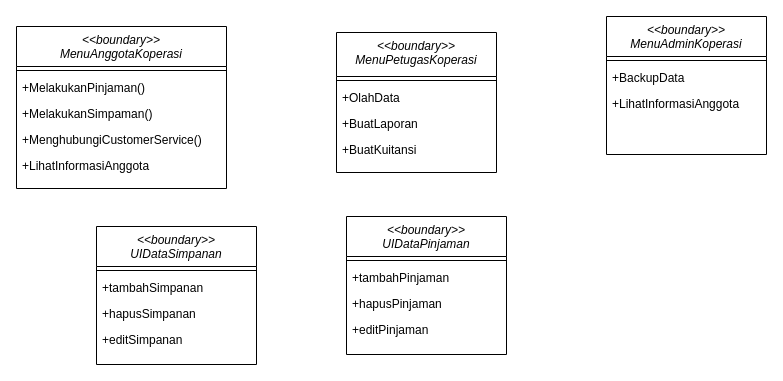
irfanshow/UML keeps this draw.io diagram as class.drawio. Above is the earlier version. Source tidied: cells renumbered, new cells numbered last; positions are measured from the earlier drawing's top-left corner, leaving out a move shared by most shapes. Both pictures are drawn from the tidied source at 100%, with x=0, y=0 at pixel (16, 16).
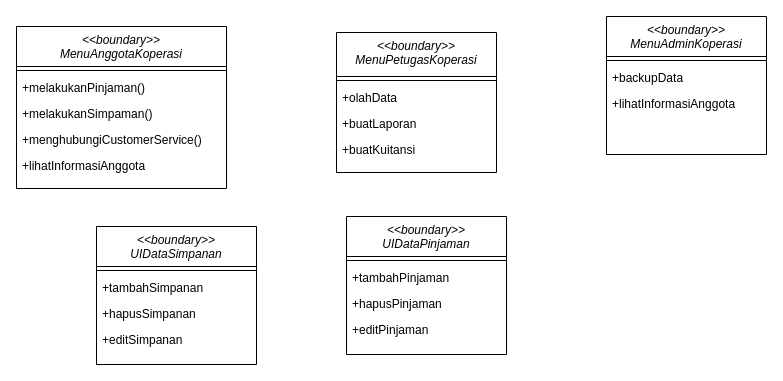
The same diagram, later.

The change refers to these unchanged cells:
```xml
<mxCell id="7" value="&lt;&lt;boundary&gt;&gt;&#10;MenuAnggotaKoperasi" style="swimlane;fontStyle=2;align=center;verticalAlign=top;horizontal=1;startSize=40;rounded=0;shadow=0;strokeWidth=1;" parent="1" vertex="1">
  <mxGeometry y="10" width="210" height="162" as="geometry" />
</mxCell>
<mxCell id="13" value="&lt;&lt;boundary&gt;&gt;&#10;MenuAdminKoperasi" style="swimlane;fontStyle=2;align=center;verticalAlign=top;horizontal=1;startSize=40;rounded=0;shadow=0;strokeWidth=1;" parent="1" vertex="1">
  <mxGeometry x="590" width="160" height="138" as="geometry" />
</mxCell>
<mxCell id="22" value="&lt;&lt;boundary&gt;&gt;&#10;MenuPetugasKoperasi" style="swimlane;fontStyle=2;align=center;verticalAlign=top;horizontal=1;startSize=44;rounded=0;shadow=0;strokeWidth=1;" parent="1" vertex="1">
  <mxGeometry x="320" y="16" width="160" height="140" as="geometry" />
</mxCell>
```

Diff of the diagram source:
```diff
@@
-    <mxCell id="9" value="+MelakukanPinjaman()" style="text;align=left;verticalAlign=top;spacingLeft=4;spacingRight=4;overflow=hidden;" parent="7" vertex="1">
+    <mxCell id="9" value="+melakukanPinjaman()" style="text;align=left;verticalAlign=top;spacingLeft=4;spacingRight=4;overflow=hidden;" parent="7" vertex="1">
       <mxGeometry y="48" width="210" height="26" as="geometry" />
     </mxCell>
-    <mxCell id="10" value="+MelakukanSimpaman()" style="text;align=left;verticalAlign=top;spacingLeft=4;spacingRight=4;overflow=hidden;" parent="7" vertex="1">
+    <mxCell id="10" value="+melakukanSimpaman()" style="text;align=left;verticalAlign=top;spacingLeft=4;spacingRight=4;overflow=hidden;" parent="7" vertex="1">
       <mxGeometry y="74" width="210" height="26" as="geometry" />
     </mxCell>
-    <mxCell id="11" value="+MenghubungiCustomerService()" style="text;align=left;verticalAlign=top;spacingLeft=4;spacingRight=4;overflow=hidden;" parent="7" vertex="1">
+    <mxCell id="11" value="+menghubungiCustomerService()" style="text;align=left;verticalAlign=top;spacingLeft=4;spacingRight=4;overflow=hidden;" parent="7" vertex="1">
       <mxGeometry y="100" width="210" height="26" as="geometry" />
     </mxCell>
-    <mxCell id="12" value="+LihatInformasiAnggota" style="text;align=left;verticalAlign=top;spacingLeft=4;spacingRight=4;overflow=hidden;" parent="7" vertex="1">
+    <mxCell id="12" value="+lihatInformasiAnggota" style="text;align=left;verticalAlign=top;spacingLeft=4;spacingRight=4;overflow=hidden;" parent="7" vertex="1">
       <mxGeometry y="126" width="210" height="26" as="geometry" />
     </mxCell>
@@
-    <mxCell id="15" value="+BackupData" style="text;align=left;verticalAlign=top;spacingLeft=4;spacingRight=4;overflow=hidden;" parent="13" vertex="1">
+    <mxCell id="15" value="+backupData" style="text;align=left;verticalAlign=top;spacingLeft=4;spacingRight=4;overflow=hidden;" parent="13" vertex="1">
       <mxGeometry y="48" width="160" height="26" as="geometry" />
     </mxCell>
-    <mxCell id="16" value="+LihatInformasiAnggota" style="text;align=left;verticalAlign=top;spacingLeft=4;spacingRight=4;overflow=hidden;" parent="13" vertex="1">
+    <mxCell id="16" value="+lihatInformasiAnggota" style="text;align=left;verticalAlign=top;spacingLeft=4;spacingRight=4;overflow=hidden;" parent="13" vertex="1">
       <mxGeometry y="74" width="160" height="26" as="geometry" />
     </mxCell>
@@
-    <mxCell id="24" value="+OlahData" style="text;align=left;verticalAlign=top;spacingLeft=4;spacingRight=4;overflow=hidden;" parent="22" vertex="1">
+    <mxCell id="24" value="+olahData" style="text;align=left;verticalAlign=top;spacingLeft=4;spacingRight=4;overflow=hidden;" parent="22" vertex="1">
       <mxGeometry y="52" width="160" height="26" as="geometry" />
     </mxCell>
-    <mxCell id="25" value="+BuatLaporan" style="text;align=left;verticalAlign=top;spacingLeft=4;spacingRight=4;overflow=hidden;" parent="22" vertex="1">
+    <mxCell id="25" value="+buatLaporan" style="text;align=left;verticalAlign=top;spacingLeft=4;spacingRight=4;overflow=hidden;" parent="22" vertex="1">
       <mxGeometry y="78" width="160" height="26" as="geometry" />
     </mxCell>
-    <mxCell id="26" value="+BuatKuitansi" style="text;align=left;verticalAlign=top;spacingLeft=4;spacingRight=4;overflow=hidden;" parent="22" vertex="1">
+    <mxCell id="26" value="+buatKuitansi" style="text;align=left;verticalAlign=top;spacingLeft=4;spacingRight=4;overflow=hidden;" parent="22" vertex="1">
       <mxGeometry y="104" width="160" height="26" as="geometry" />
     </mxCell>
```
